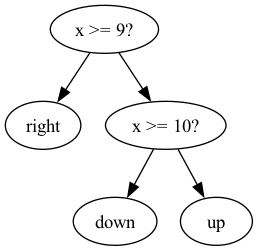
Above: pictures/tree.png in linusheck/molehill (Graphviz), before the change. Its source is kept beside it as pictures/tree.dot.
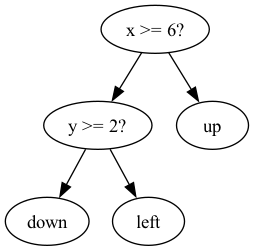
Later version of the same file.

What changed in the source:
```diff
@@ -1,11 +1,11 @@
 digraph tree {
-    "0x0" [label="x >= 9?"];
-    "0x1" [label="right"];
-    "0x2" [label="x >= 10?"];
-    "0x3" [label="down"];
+    "0x0" [label="x >= 6?"];
+    "0x1" [label="y >= 2?"];
+    "0x2" [label="down"];
+    "0x3" [label="left"];
     "0x4" [label="up"];
     "0x0" -> "0x1";
-    "0x0" -> "0x2";
-    "0x2" -> "0x3";
-    "0x2" -> "0x4";
+    "0x0" -> "0x4";
+    "0x1" -> "0x2";
+    "0x1" -> "0x3";
 }
```
